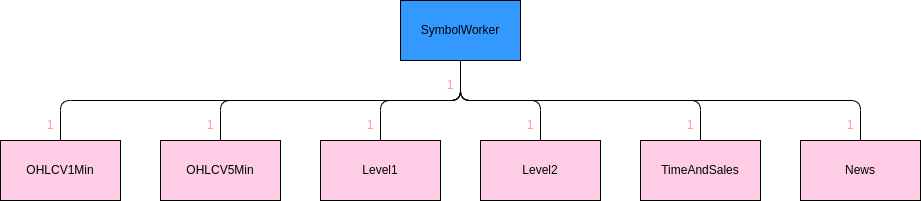
The draw.io diagram images/symbol_worker_composite_class.png in IanAtDazed/ray-streamer, before a commit. Source tidied: cells renumbered, new cells last; positions are measured from the earlier drawing's top-left corner, leaving out a move shared by most shapes.
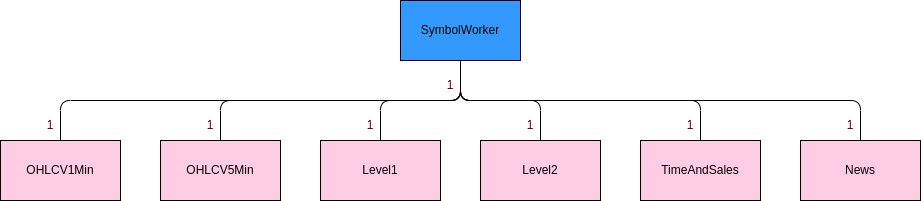
After the commit.

Commit message:
Font color update

Change to the diagram source:
```diff
@@ -71,25 +71,25 @@
         </Array>
       </mxGeometry>
     </mxCell>
-    <mxCell id="15" value="&lt;font color=&quot;#ff9999&quot;&gt;1&lt;/font&gt;" style="text;html=1;strokeColor=none;fillColor=none;align=center;verticalAlign=middle;whiteSpace=wrap;rounded=0;fontColor=#000000;" parent="1" vertex="1">
+    <mxCell id="15" value="&lt;font color=&quot;#660000&quot;&gt;1&lt;/font&gt;" style="text;html=1;strokeColor=none;fillColor=none;align=center;verticalAlign=middle;whiteSpace=wrap;rounded=0;fontColor=#000000;" parent="1" vertex="1">
       <mxGeometry x="200" y="110" width="20" height="30" as="geometry" />
     </mxCell>
-    <mxCell id="16" value="&lt;font color=&quot;#ff9999&quot;&gt;1&lt;/font&gt;" style="text;html=1;strokeColor=none;fillColor=none;align=center;verticalAlign=middle;whiteSpace=wrap;rounded=0;fontColor=#000000;" parent="1" vertex="1">
+    <mxCell id="16" value="&lt;font color=&quot;#660000&quot;&gt;1&lt;/font&gt;" style="text;html=1;strokeColor=none;fillColor=none;align=center;verticalAlign=middle;whiteSpace=wrap;rounded=0;fontColor=#000000;" parent="1" vertex="1">
       <mxGeometry x="40" y="110" width="20" height="30" as="geometry" />
     </mxCell>
-    <mxCell id="17" value="&lt;font color=&quot;#ff9999&quot;&gt;1&lt;/font&gt;" style="text;html=1;strokeColor=none;fillColor=none;align=center;verticalAlign=middle;whiteSpace=wrap;rounded=0;fontColor=#000000;" parent="1" vertex="1">
+    <mxCell id="17" value="&lt;font color=&quot;#660000&quot;&gt;1&lt;/font&gt;" style="text;html=1;strokeColor=none;fillColor=none;align=center;verticalAlign=middle;whiteSpace=wrap;rounded=0;fontColor=#000000;" parent="1" vertex="1">
       <mxGeometry x="440" y="70" width="20" height="30" as="geometry" />
     </mxCell>
-    <mxCell id="18" value="&lt;font color=&quot;#ff9999&quot;&gt;1&lt;/font&gt;" style="text;html=1;strokeColor=none;fillColor=none;align=center;verticalAlign=middle;whiteSpace=wrap;rounded=0;fontColor=#000000;" parent="1" vertex="1">
+    <mxCell id="18" value="&lt;font color=&quot;#660000&quot;&gt;1&lt;/font&gt;" style="text;html=1;strokeColor=none;fillColor=none;align=center;verticalAlign=middle;whiteSpace=wrap;rounded=0;fontColor=#000000;" parent="1" vertex="1">
       <mxGeometry x="360" y="110" width="20" height="30" as="geometry" />
     </mxCell>
-    <mxCell id="19" value="&lt;font color=&quot;#ff9999&quot;&gt;1&lt;/font&gt;" style="text;html=1;strokeColor=none;fillColor=none;align=center;verticalAlign=middle;whiteSpace=wrap;rounded=0;fontColor=#000000;" parent="1" vertex="1">
+    <mxCell id="19" value="&lt;font color=&quot;#660000&quot;&gt;1&lt;/font&gt;" style="text;html=1;strokeColor=none;fillColor=none;align=center;verticalAlign=middle;whiteSpace=wrap;rounded=0;fontColor=#000000;" parent="1" vertex="1">
       <mxGeometry x="840" y="110" width="20" height="30" as="geometry" />
     </mxCell>
-    <mxCell id="20" value="&lt;font color=&quot;#ff9999&quot;&gt;1&lt;/font&gt;" style="text;html=1;strokeColor=none;fillColor=none;align=center;verticalAlign=middle;whiteSpace=wrap;rounded=0;fontColor=#000000;" parent="1" vertex="1">
+    <mxCell id="20" value="&lt;font color=&quot;#660000&quot;&gt;1&lt;/font&gt;" style="text;html=1;strokeColor=none;fillColor=none;align=center;verticalAlign=middle;whiteSpace=wrap;rounded=0;fontColor=#000000;" parent="1" vertex="1">
       <mxGeometry x="680" y="110" width="20" height="30" as="geometry" />
     </mxCell>
-    <mxCell id="21" value="&lt;font color=&quot;#ff9999&quot;&gt;1&lt;/font&gt;" style="text;html=1;strokeColor=none;fillColor=none;align=center;verticalAlign=middle;whiteSpace=wrap;rounded=0;fontColor=#000000;" parent="1" vertex="1">
+    <mxCell id="21" value="&lt;font color=&quot;#660000&quot;&gt;1&lt;/font&gt;" style="text;html=1;strokeColor=none;fillColor=none;align=center;verticalAlign=middle;whiteSpace=wrap;rounded=0;fontColor=#000000;" parent="1" vertex="1">
       <mxGeometry x="520" y="110" width="20" height="30" as="geometry" />
     </mxCell>
   </root>
```
